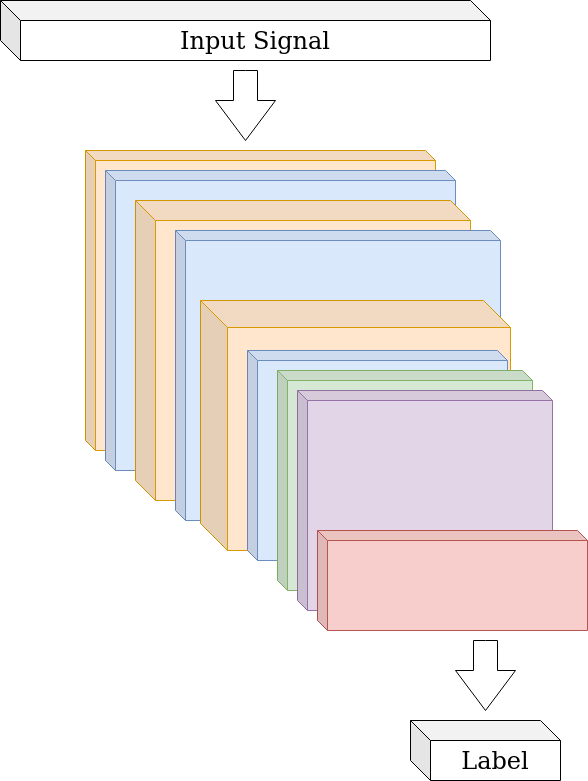
Before: imgs/model_layers/CNN_layers.drawio.png, a diagram exported from draw.io (gentry-atkinson/model_test). Source tidied: cells renumbered, new cells last; positions are measured from the earlier drawing's top-left corner, leaving out a move shared by most shapes.
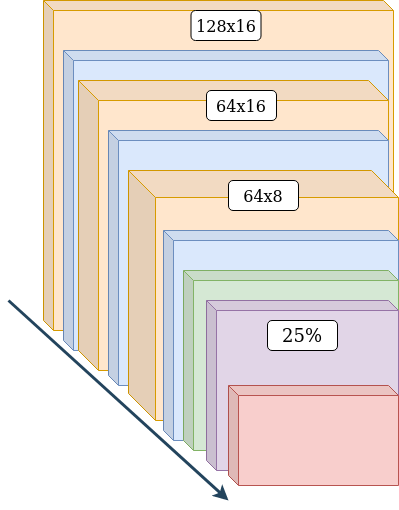
Above is the later version.

The edit, as a diff of the source:
```diff
@@ -3,43 +3,49 @@
     <mxCell id="0" />
     <mxCell id="1" parent="0" />
     <mxCell id="2" style="shape=cube;whiteSpace=wrap;html=1;boundedLbl=1;backgroundOutline=1;darkOpacity=0.05;darkOpacity2=0.1;size=10;fillColor=#ffe6cc;strokeColor=#d79b00;fontColor=default;" parent="1" vertex="1">
-      <mxGeometry x="85" y="150" width="350" height="300" as="geometry" />
+      <mxGeometry x="85" y="120" width="350" height="330" as="geometry" />
     </mxCell>
-    <mxCell id="3" value="&lt;font style=&quot;font-size: 24px&quot; face=&quot;Lucida Console&quot;&gt;Input Signal&lt;/font&gt;" style="shape=cube;whiteSpace=wrap;html=1;boundedLbl=1;backgroundOutline=1;darkOpacity=0.05;darkOpacity2=0.1;fontColor=default;strokeColor=default;fillColor=default;size=20;" parent="1" vertex="1">
-      <mxGeometry width="490" height="60" as="geometry" />
-    </mxCell>
     <mxCell id="4" style="shape=cube;whiteSpace=wrap;html=1;boundedLbl=1;backgroundOutline=1;darkOpacity=0.05;darkOpacity2=0.1;size=10;fillColor=#dae8fc;strokeColor=#6c8ebf;fontColor=default;" parent="1" vertex="1">
-      <mxGeometry x="105" y="170" width="350" height="300" as="geometry" />
+      <mxGeometry x="105" y="170" width="325" height="300" as="geometry" />
     </mxCell>
     <mxCell id="5" style="shape=cube;whiteSpace=wrap;html=1;boundedLbl=1;backgroundOutline=1;darkOpacity=0.05;darkOpacity2=0.1;size=20;fillColor=#ffe6cc;strokeColor=#d79b00;fontColor=default;" parent="1" vertex="1">
-      <mxGeometry x="135" y="200" width="335" height="300" as="geometry" />
+      <mxGeometry x="120" y="200" width="310" height="290" as="geometry" />
     </mxCell>
     <mxCell id="6" style="shape=cube;whiteSpace=wrap;html=1;boundedLbl=1;backgroundOutline=1;darkOpacity=0.05;darkOpacity2=0.1;size=10;fillColor=#dae8fc;strokeColor=#6c8ebf;fontColor=default;" parent="1" vertex="1">
-      <mxGeometry x="175" y="230" width="325" height="290" as="geometry" />
+      <mxGeometry x="150" y="250" width="280" height="255" as="geometry" />
     </mxCell>
-    <mxCell id="7" style="html=1;shadow=0;dashed=0;align=center;verticalAlign=middle;shape=mxgraph.arrows2.arrow;dy=0.6;dx=40;direction=south;notch=0;fontColor=default;strokeColor=default;fillColor=default;" parent="1" vertex="1">
-      <mxGeometry x="215" y="70" width="60" height="70" as="geometry" />
-    </mxCell>
     <mxCell id="8" style="shape=cube;whiteSpace=wrap;html=1;boundedLbl=1;backgroundOutline=1;darkOpacity=0.05;darkOpacity2=0.1;size=27;fillColor=#ffe6cc;strokeColor=#d79b00;fontColor=default;" parent="1" vertex="1">
-      <mxGeometry x="200" y="300" width="310" height="250" as="geometry" />
+      <mxGeometry x="170" y="290" width="270" height="250" as="geometry" />
     </mxCell>
     <mxCell id="9" style="shape=cube;whiteSpace=wrap;html=1;boundedLbl=1;backgroundOutline=1;darkOpacity=0.05;darkOpacity2=0.1;size=10;fillColor=#dae8fc;strokeColor=#6c8ebf;fontColor=default;" parent="1" vertex="1">
-      <mxGeometry x="247" y="350" width="260" height="210" as="geometry" />
+      <mxGeometry x="205" y="350" width="235" height="210" as="geometry" />
     </mxCell>
     <mxCell id="10" style="shape=cube;whiteSpace=wrap;html=1;boundedLbl=1;backgroundOutline=1;darkOpacity=0.05;darkOpacity2=0.1;size=10;fillColor=#d5e8d4;strokeColor=#82b366;fontColor=default;" parent="1" vertex="1">
-      <mxGeometry x="277" y="370" width="255" height="220" as="geometry" />
+      <mxGeometry x="225" y="390" width="215" height="180" as="geometry" />
     </mxCell>
-    <mxCell id="11" value="&lt;font style=&quot;font-size: 24px&quot; face=&quot;Lucida Console&quot;&gt;Label&lt;br&gt;&lt;/font&gt;" style="shape=cube;whiteSpace=wrap;html=1;boundedLbl=1;backgroundOutline=1;darkOpacity=0.05;darkOpacity2=0.1;fontColor=default;strokeColor=default;fillColor=default;size=20;" parent="1" vertex="1">
-      <mxGeometry x="410" y="720" width="150" height="60" as="geometry" />
-    </mxCell>
     <mxCell id="12" style="shape=cube;whiteSpace=wrap;html=1;boundedLbl=1;backgroundOutline=1;darkOpacity=0.05;darkOpacity2=0.1;size=10;fillColor=#e1d5e7;strokeColor=#9673a6;fontColor=default;" parent="1" vertex="1">
-      <mxGeometry x="297" y="390" width="255" height="220" as="geometry" />
+      <mxGeometry x="248" y="420" width="192" height="170" as="geometry" />
     </mxCell>
     <mxCell id="13" style="shape=cube;whiteSpace=wrap;html=1;boundedLbl=1;backgroundOutline=1;darkOpacity=0.05;darkOpacity2=0.1;size=10;fillColor=#f8cecc;strokeColor=#b85450;fontColor=default;" parent="1" vertex="1">
-      <mxGeometry x="317" y="530" width="270" height="100" as="geometry" />
+      <mxGeometry x="270" y="505" width="170" height="100" as="geometry" />
     </mxCell>
-    <mxCell id="14" style="html=1;shadow=0;dashed=0;align=center;verticalAlign=middle;shape=mxgraph.arrows2.arrow;dy=0.6;dx=40;direction=south;notch=0;fontColor=default;strokeColor=default;fillColor=default;" parent="1" vertex="1">
-      <mxGeometry x="455" y="640" width="60" height="70" as="geometry" />
-    </mxCell>
+    <mxCell id="15" value="25%" style="rounded=1;whiteSpace=wrap;html=1;fontFamily=Lucida Console;fontSize=18;fontColor=default;strokeColor=default;fillColor=default;" parent="1" vertex="1">
+      <mxGeometry x="309" y="440" width="70" height="30" as="geometry" />
+    </mxCell>
+    <mxCell id="16" style="endArrow=classic;html=1;rounded=0;fontFamily=Lucida Console;fontSize=14;fontColor=default;strokeColor=#23445d;labelBackgroundColor=default;strokeWidth=3;fillColor=#bac8d3;startArrow=none;" parent="1" edge="1">
+      <mxGeometry relative="1" as="geometry">
+        <mxPoint x="50" y="420" as="sourcePoint" />
+        <mxPoint x="270" y="620" as="targetPoint" />
+      </mxGeometry>
+    </mxCell>
+    <mxCell id="17" value="&lt;font size=&quot;3&quot;&gt;64x8&lt;/font&gt;" style="rounded=1;whiteSpace=wrap;html=1;fontFamily=Lucida Console;fontSize=18;fontColor=default;strokeColor=default;fillColor=default;" parent="1" vertex="1">
+      <mxGeometry x="270" y="300" width="70" height="30" as="geometry" />
+    </mxCell>
+    <mxCell id="18" value="&lt;font size=&quot;3&quot;&gt;64x16&lt;/font&gt;" style="rounded=1;whiteSpace=wrap;html=1;fontFamily=Lucida Console;fontSize=18;fontColor=default;strokeColor=default;fillColor=default;" parent="1" vertex="1">
+      <mxGeometry x="248" y="210" width="70" height="30" as="geometry" />
+    </mxCell>
+    <mxCell id="19" value="&lt;font size=&quot;3&quot;&gt;128x16&lt;/font&gt;" style="rounded=1;whiteSpace=wrap;html=1;fontFamily=Lucida Console;fontSize=18;fontColor=default;strokeColor=default;fillColor=default;" parent="1" vertex="1">
+      <mxGeometry x="232.5" y="130" width="70" height="30" as="geometry" />
+    </mxCell>
   </root>
 </mxGraphModel>
```
